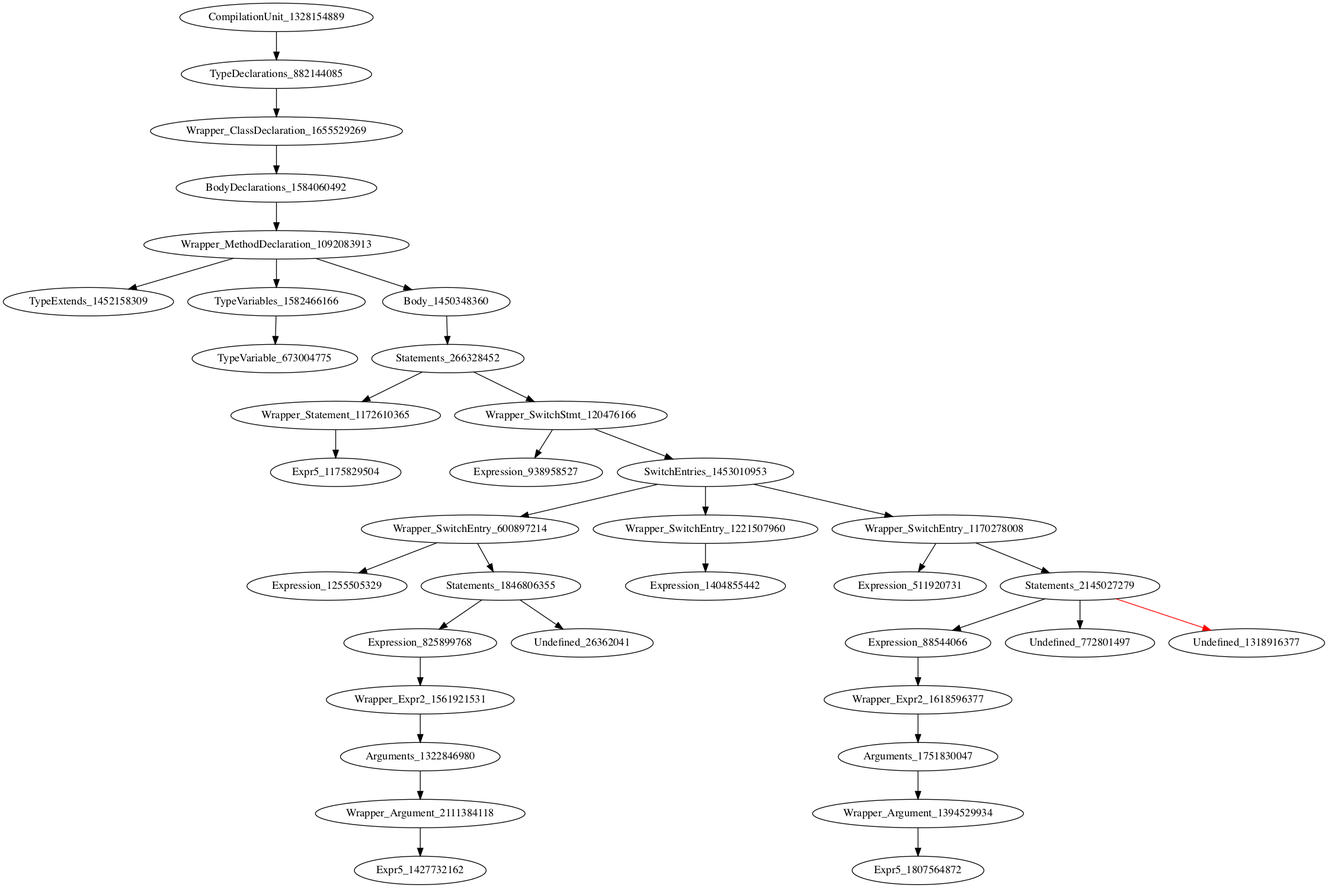
Earlier version of the Graphviz export holeAST.png (icse2023material/VoiceJava). Its source is kept beside it as holeAST.dot.
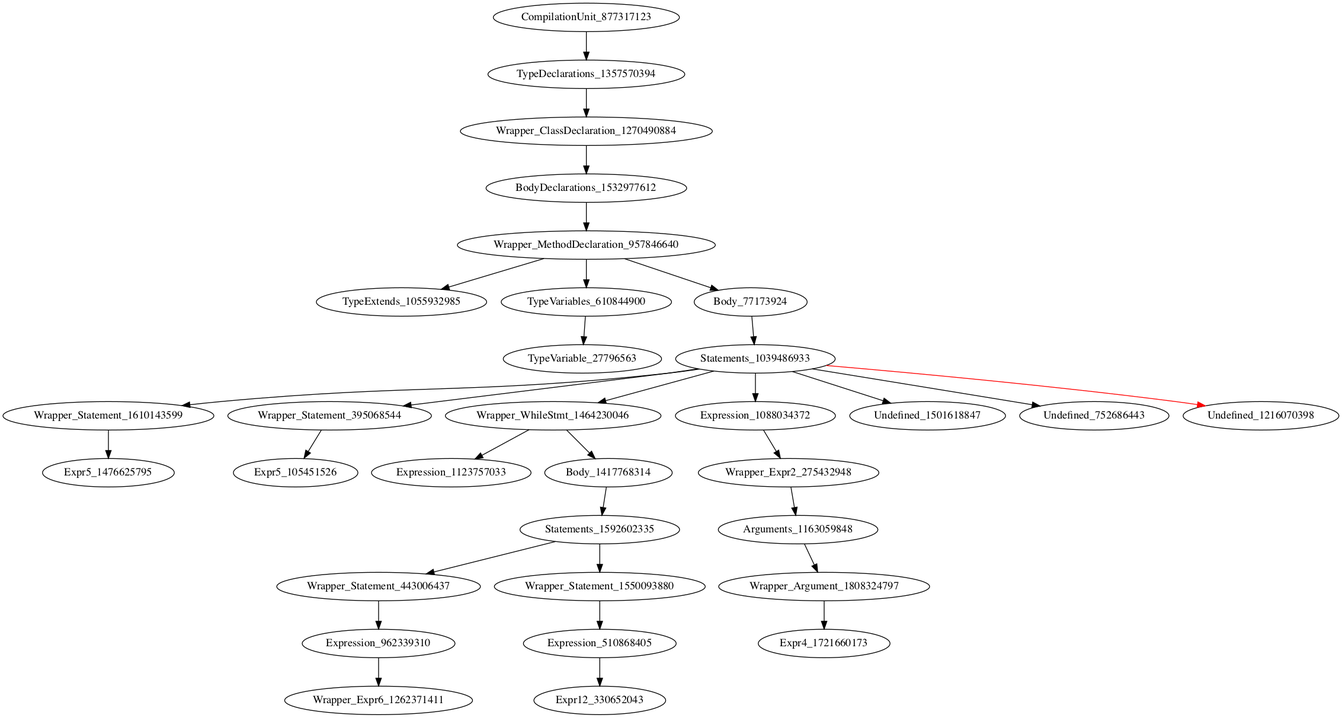
The same file after the commit.

Change to the diagram source:
```diff
@@ -1,37 +1,33 @@
 digraph {
-CompilationUnit_1328154889 -> TypeDeclarations_882144085
-TypeDeclarations_882144085 -> Wrapper_ClassDeclaration_1655529269
-Wrapper_ClassDeclaration_1655529269 -> BodyDeclarations_1584060492
-BodyDeclarations_1584060492 -> Wrapper_MethodDeclaration_1092083913
-Wrapper_MethodDeclaration_1092083913 -> TypeExtends_1452158309
-Wrapper_MethodDeclaration_1092083913 -> TypeVariables_1582466166
-Wrapper_MethodDeclaration_1092083913 -> Body_1450348360
-TypeVariables_1582466166 -> TypeVariable_673004775
-Body_1450348360 -> Statements_266328452
-Statements_266328452 -> Wrapper_Statement_1172610365
-Statements_266328452 -> Wrapper_SwitchStmt_120476166
-Wrapper_Statement_1172610365 -> Expr5_1175829504
-Wrapper_SwitchStmt_120476166 -> Expression_938958527
-Wrapper_SwitchStmt_120476166 -> SwitchEntries_1453010953
-SwitchEntries_1453010953 -> Wrapper_SwitchEntry_600897214
-SwitchEntries_1453010953 -> Wrapper_SwitchEntry_1221507960
-SwitchEntries_1453010953 -> Wrapper_SwitchEntry_1170278008
-Wrapper_SwitchEntry_600897214 -> Expression_1255505329
-Wrapper_SwitchEntry_600897214 -> Statements_1846806355
-Wrapper_SwitchEntry_1221507960 -> Expression_1404855442
-Wrapper_SwitchEntry_1170278008 -> Expression_511920731
-Wrapper_SwitchEntry_1170278008 -> Statements_2145027279
-Statements_1846806355 -> Expression_825899768
-Statements_1846806355 -> Undefined_26362041
-Statements_2145027279 -> Expression_88544066
-Statements_2145027279 -> Undefined_772801497
-Statements_2145027279 -> Undefined_1318916377 [color = red]
-Expression_825899768 -> Wrapper_Expr2_1561921531
-Expression_88544066 -> Wrapper_Expr2_1618596377
-Wrapper_Expr2_1561921531 -> Arguments_1322846980
-Wrapper_Expr2_1618596377 -> Arguments_1751830047
-Arguments_1322846980 -> Wrapper_Argument_2111384118
-Arguments_1751830047 -> Wrapper_Argument_1394529934
-Wrapper_Argument_2111384118 -> Expr5_1427732162
-Wrapper_Argument_1394529934 -> Expr5_1807564872
+CompilationUnit_877317123 -> TypeDeclarations_1357570394
+TypeDeclarations_1357570394 -> Wrapper_ClassDeclaration_1270490884
+Wrapper_ClassDeclaration_1270490884 -> BodyDeclarations_1532977612
+BodyDeclarations_1532977612 -> Wrapper_MethodDeclaration_957846640
+Wrapper_MethodDeclaration_957846640 -> TypeExtends_1055932985
+Wrapper_MethodDeclaration_957846640 -> TypeVariables_610844900
+Wrapper_MethodDeclaration_957846640 -> Body_77173924
+TypeVariables_610844900 -> TypeVariable_27796563
+Body_77173924 -> Statements_1039486933
+Statements_1039486933 -> Wrapper_Statement_1610143599
+Statements_1039486933 -> Wrapper_Statement_395068544
+Statements_1039486933 -> Wrapper_WhileStmt_1464230046
+Statements_1039486933 -> Expression_1088034372
+Statements_1039486933 -> Undefined_1501618847
+Statements_1039486933 -> Undefined_752686443
+Statements_1039486933 -> Undefined_1216070398 [color = red]
+Wrapper_Statement_1610143599 -> Expr5_1476625795
+Wrapper_Statement_395068544 -> Expr5_105451526
+Wrapper_WhileStmt_1464230046 -> Expression_1123757033
+Wrapper_WhileStmt_1464230046 -> Body_1417768314
+Expression_1088034372 -> Wrapper_Expr2_275432948
+Body_1417768314 -> Statements_1592602335
+Wrapper_Expr2_275432948 -> Arguments_1163059848
+Statements_1592602335 -> Wrapper_Statement_443006437
+Statements_1592602335 -> Wrapper_Statement_1550093880
+Arguments_1163059848 -> Wrapper_Argument_1808324797
+Wrapper_Statement_443006437 -> Expression_962339310
+Wrapper_Statement_1550093880 -> Expression_510868405
+Wrapper_Argument_1808324797 -> Expr4_1721660173
+Expression_962339310 -> Wrapper_Expr6_1262371411
+Expression_510868405 -> Expr12_330652043
 }
```
